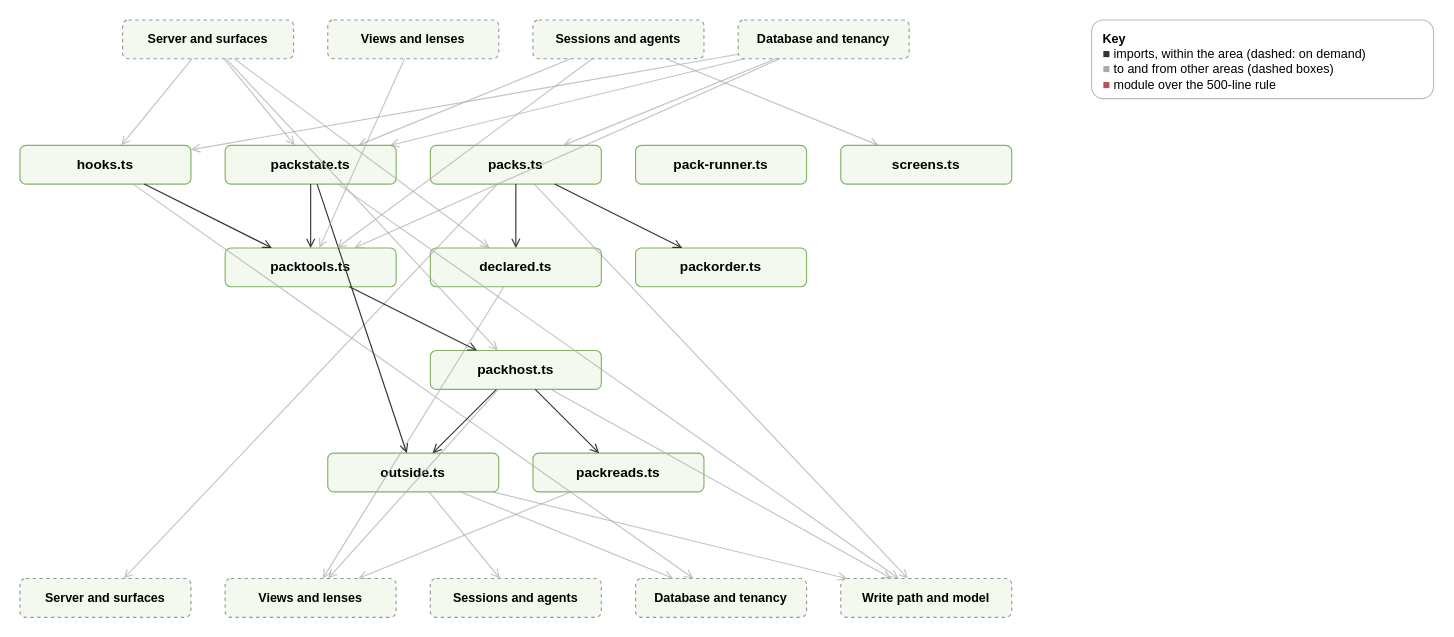
This is page "Server: Packs" (5 of 20) of docs/diagrams/modules.drawio from AlexReiner98/archipelago, a draw.io file, before an edit. Source tidied: cells renumbered, new cells numbered last; positions are measured from the earlier drawing's top-left corner, leaving out a move shared by most shapes. Both pictures are drawn from the tidied source at 114%, with x=0, y=0 at pixel (19, 19).
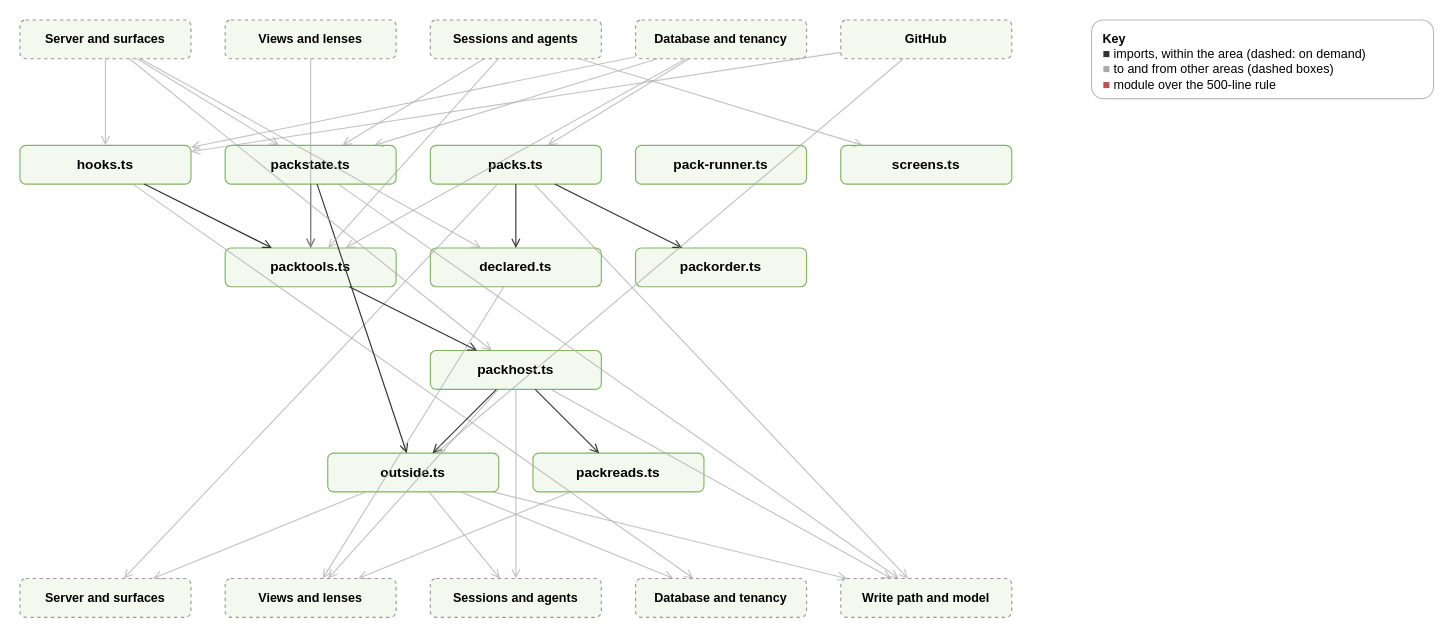
Above is the later version.

The change refers to these unchanged cells:
```xml
<mxCell id="6" value="hooks.ts" style="rounded=1;html=1;whiteSpace=wrap;fontSize=12;fontStyle=1;fillColor=#f3f9ee;strokeColor=#82b366;" parent="1" vertex="1">
  <mxGeometry y="110" width="150" height="34" as="geometry" />
</mxCell>
<mxCell id="14" value="packhost.ts" style="rounded=1;html=1;whiteSpace=wrap;fontSize=12;fontStyle=1;fillColor=#f3f9ee;strokeColor=#82b366;" parent="1" vertex="1">
  <mxGeometry x="360" y="290" width="150" height="34" as="geometry" />
</mxCell>
<mxCell id="15" value="outside.ts" style="rounded=1;html=1;whiteSpace=wrap;fontSize=12;fontStyle=1;fillColor=#f3f9ee;strokeColor=#82b366;" parent="1" vertex="1">
  <mxGeometry x="270" y="380" width="150" height="34" as="geometry" />
</mxCell>
<mxCell id="17" value="&lt;b&gt;Server and surfaces&lt;/b&gt;" style="rounded=1;html=1;whiteSpace=wrap;dashed=1;fontSize=11;fillColor=#f3f9ee;strokeColor=#999999;" parent="1" vertex="1">
  <mxGeometry y="490" width="150" height="34" as="geometry" />
</mxCell>
<mxCell id="19" value="&lt;b&gt;Sessions and agents&lt;/b&gt;" style="rounded=1;html=1;whiteSpace=wrap;dashed=1;fontSize=11;fillColor=#f3f9ee;strokeColor=#999999;" parent="1" vertex="1">
  <mxGeometry x="360" y="490" width="150" height="34" as="geometry" />
</mxCell>
```

The edit, as a diff of the source:
```diff
@@
     <mxCell id="2" value="&lt;b&gt;Server and surfaces&lt;/b&gt;" style="rounded=1;html=1;whiteSpace=wrap;dashed=1;fontSize=11;fillColor=#f3f9ee;strokeColor=#999999;" parent="1" vertex="1">
-      <mxGeometry x="90" width="150" height="34" as="geometry" />
+      <mxGeometry width="150" height="34" as="geometry" />
     </mxCell>
     <mxCell id="3" value="&lt;b&gt;Views and lenses&lt;/b&gt;" style="rounded=1;html=1;whiteSpace=wrap;dashed=1;fontSize=11;fillColor=#f3f9ee;strokeColor=#999999;" parent="1" vertex="1">
-      <mxGeometry x="270" width="150" height="34" as="geometry" />
+      <mxGeometry x="180" width="150" height="34" as="geometry" />
     </mxCell>
     <mxCell id="4" value="&lt;b&gt;Sessions and agents&lt;/b&gt;" style="rounded=1;html=1;whiteSpace=wrap;dashed=1;fontSize=11;fillColor=#f3f9ee;strokeColor=#999999;" parent="1" vertex="1">
-      <mxGeometry x="450" width="150" height="34" as="geometry" />
+      <mxGeometry x="360" width="150" height="34" as="geometry" />
     </mxCell>
     <mxCell id="5" value="&lt;b&gt;Database and tenancy&lt;/b&gt;" style="rounded=1;html=1;whiteSpace=wrap;dashed=1;fontSize=11;fillColor=#f3f9ee;strokeColor=#999999;" parent="1" vertex="1">
-      <mxGeometry x="630" width="150" height="34" as="geometry" />
+      <mxGeometry x="540" width="150" height="34" as="geometry" />
     </mxCell>
+    <mxCell id="54" value="&lt;b&gt;GitHub&lt;/b&gt;" style="rounded=1;html=1;whiteSpace=wrap;dashed=1;fontSize=11;fillColor=#f3f9ee;strokeColor=#999999;" parent="1" vertex="1">
+      <mxGeometry x="720" width="150" height="34" as="geometry" />
+    </mxCell>
@@
+    <mxCell id="55" style="html=1;endArrow=open;strokeColor=#aaaaaa;dashed=0;opacity=70;" parent="1" edge="1" source="15" target="17">
+      <mxGeometry relative="1" as="geometry" />
+    </mxCell>
@@
+    <mxCell id="56" style="html=1;endArrow=open;strokeColor=#aaaaaa;dashed=0;opacity=70;" parent="1" edge="1" source="14" target="19">
+      <mxGeometry relative="1" as="geometry" />
+    </mxCell>
@@
+    <mxCell id="57" style="html=1;endArrow=open;strokeColor=#aaaaaa;dashed=0;opacity=70;" parent="1" edge="1" source="54" target="6">
+      <mxGeometry relative="1" as="geometry" />
+    </mxCell>
+    <mxCell id="58" style="html=1;endArrow=open;strokeColor=#aaaaaa;dashed=0;opacity=70;" parent="1" edge="1" source="54" target="15">
+      <mxGeometry relative="1" as="geometry" />
+    </mxCell>
```
